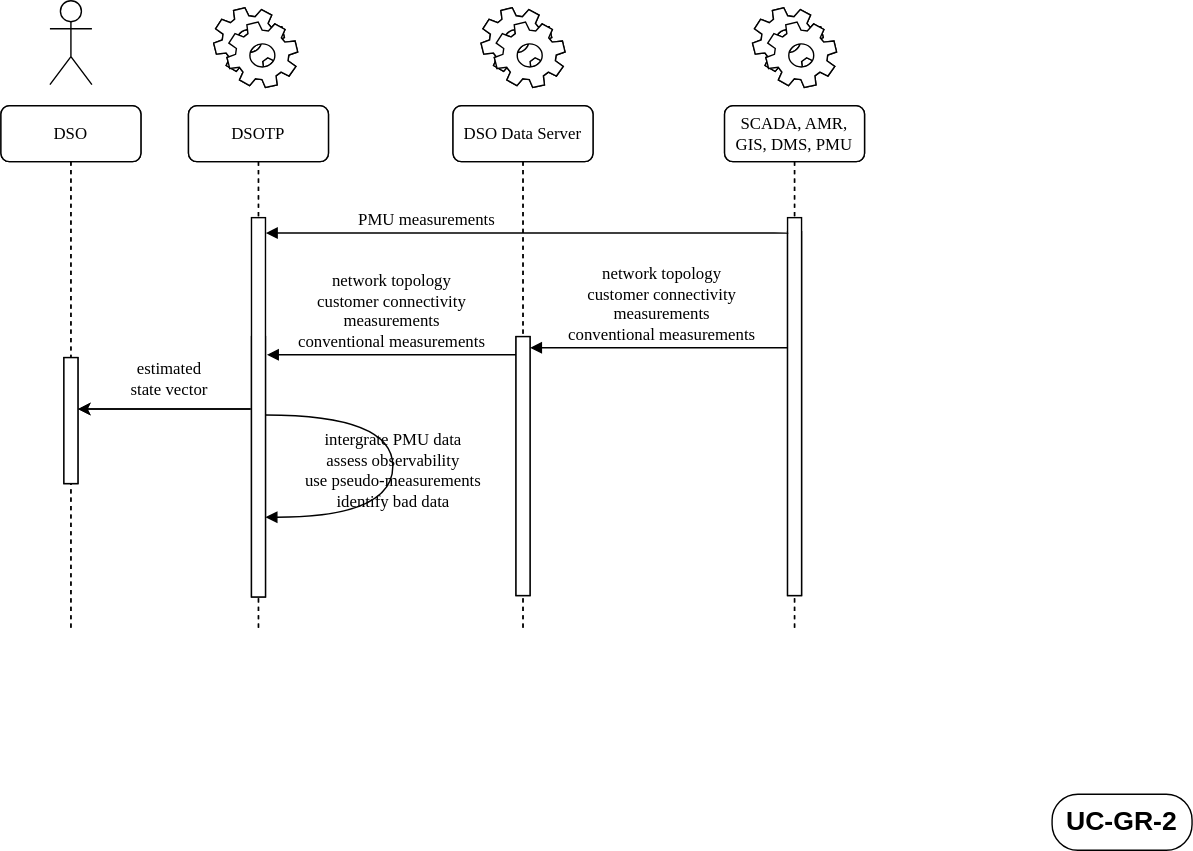
Before: docs/platone/uc-gr-2-pmu-data-integration-into-se-tool/UC_GR_1_2_3_4_Seq_Diag-UC2.svg, a diagram exported from draw.io (smart-grid-use-cases/smart-grid-use-cases.github.io). Source tidied: cells renumbered, new cells last; positions are measured from the earlier drawing's top-left corner, leaving out a move shared by most shapes. Source of this version:
```xml
<mxGraphModel>
  <root>
    <mxCell id="0" />
    <mxCell id="1" parent="0" />
    <mxCell id="2" value="DSO" style="shape=umlLifeline;perimeter=lifelinePerimeter;whiteSpace=wrap;html=1;rounded=1;shadow=0;comic=0;labelBackgroundColor=none;strokeWidth=1;fontFamily=Verdana;fontSize=12;align=center;" parent="1" vertex="1">
      <mxGeometry y="75" width="100" height="375" as="geometry" />
    </mxCell>
    <mxCell id="3" style="html=1;perimeter=orthogonalPerimeter;rounded=0;shadow=0;comic=0;labelBackgroundColor=none;strokeWidth=1;fontFamily=Verdana;fontSize=12;align=center;" parent="2" vertex="1">
      <mxGeometry x="45" y="180" width="10" height="90" as="geometry" />
    </mxCell>
    <mxCell id="4" value=":State Estimation tool" style="shape=umlLifeline;perimeter=lifelinePerimeter;whiteSpace=wrap;html=1;rounded=1;shadow=0;comic=0;labelBackgroundColor=none;strokeWidth=1;fontFamily=Verdana;fontSize=12;align=center;" parent="1" vertex="1">
      <mxGeometry x="134" y="75" width="100" height="375" as="geometry" />
    </mxCell>
    <mxCell id="5" style="html=1;perimeter=orthogonalPerimeter;rounded=0;shadow=0;comic=0;labelBackgroundColor=none;strokeWidth=1;fontFamily=Verdana;fontSize=12;align=center;" parent="4" vertex="1">
      <mxGeometry x="45" y="165" width="10" height="186" as="geometry" />
    </mxCell>
    <mxCell id="6" value=":SCADA, AMR, GIS, DMS" style="shape=umlLifeline;perimeter=lifelinePerimeter;whiteSpace=wrap;html=1;rounded=1;shadow=0;comic=0;labelBackgroundColor=none;strokeWidth=1;fontFamily=Verdana;fontSize=12;align=center;" parent="1" vertex="1">
      <mxGeometry x="517" y="75" width="100" height="375" as="geometry" />
    </mxCell>
    <mxCell id="7" style="html=1;perimeter=orthogonalPerimeter;rounded=0;shadow=0;comic=0;labelBackgroundColor=none;strokeWidth=1;fontFamily=Verdana;fontSize=12;align=center;" parent="6" vertex="1">
      <mxGeometry x="45" y="90" width="10" height="260" as="geometry" />
    </mxCell>
    <mxCell id="8" value="network topology&lt;br&gt;customer connectivity&lt;br&gt;measurements&lt;br&gt;conventional measurements" style="html=1;verticalAlign=bottom;endArrow=block;labelBackgroundColor=none;fontFamily=Verdana;fontSize=12;edgeStyle=elbowEdgeStyle;elbow=vertical;" parent="1" edge="1" source="14">
      <mxGeometry relative="1" as="geometry">
        <mxPoint x="190" y="253" as="targetPoint" />
      </mxGeometry>
    </mxCell>
    <mxCell id="9" style="shape=umlActor;verticalLabelPosition=bottom;labelBackgroundColor=#ffffff;verticalAlign=top;html=1;" parent="1" vertex="1">
      <mxGeometry x="35" width="30" height="60" as="geometry" />
    </mxCell>
    <mxCell id="10" style="shape=mxgraph.bpmn.service_task;html=1;" parent="1" vertex="1">
      <mxGeometry x="152" y="5" width="60" height="57" as="geometry" />
    </mxCell>
    <mxCell id="11" style="shape=mxgraph.bpmn.service_task;html=1;" parent="1" vertex="1">
      <mxGeometry x="537" y="5" width="60" height="57" as="geometry" />
    </mxCell>
    <mxCell id="12" value="estimated &lt;br&gt;state vector" style="endArrow=classic;html=1;exitX=-0.057;exitY=0.535;exitDx=0;exitDy=0;exitPerimeter=0;fontFamily=Verdana;fontSize=12;" parent="1" edge="1">
      <mxGeometry x="-0.05" y="-22" relative="1" as="geometry">
        <mxPoint x="178.4" y="291.8" as="sourcePoint" />
        <mxPoint x="55" y="291.8" as="targetPoint" />
      </mxGeometry>
    </mxCell>
    <mxCell id="13" value=":DSO Data Server" style="shape=umlLifeline;perimeter=lifelinePerimeter;whiteSpace=wrap;html=1;rounded=1;shadow=0;comic=0;labelBackgroundColor=none;strokeWidth=1;fontFamily=Verdana;fontSize=12;align=center;size=40;" parent="1" vertex="1">
      <mxGeometry x="323" y="75" width="100" height="375" as="geometry" />
    </mxCell>
    <mxCell id="14" style="html=1;points=[];perimeter=orthogonalPerimeter;rounded=0;shadow=0;comic=0;labelBackgroundColor=none;strokeWidth=1;fontFamily=Verdana;fontSize=12;align=center;" parent="13" vertex="1">
      <mxGeometry x="45" y="165" width="10" height="185" as="geometry" />
    </mxCell>
    <mxCell id="15" style="shape=mxgraph.bpmn.service_task;html=1;" parent="1" vertex="1">
      <mxGeometry x="343" y="5" width="60" height="57" as="geometry" />
    </mxCell>
    <mxCell id="16" value="DSO" style="shape=umlLifeline;perimeter=lifelinePerimeter;whiteSpace=wrap;html=1;rounded=1;shadow=0;comic=0;labelBackgroundColor=none;strokeWidth=1;fontFamily=Verdana;fontSize=12;align=center;" parent="1" vertex="1">
      <mxGeometry y="75" width="100" height="375" as="geometry" />
    </mxCell>
    <mxCell id="17" style="html=1;perimeter=orthogonalPerimeter;rounded=0;shadow=0;comic=0;labelBackgroundColor=none;strokeWidth=1;fontFamily=Verdana;fontSize=12;align=center;" parent="16" vertex="1">
      <mxGeometry x="45" y="180" width="10" height="90" as="geometry" />
    </mxCell>
    <mxCell id="18" value="DSOTP" style="shape=umlLifeline;perimeter=lifelinePerimeter;whiteSpace=wrap;html=1;rounded=1;shadow=0;comic=0;labelBackgroundColor=none;strokeWidth=1;fontFamily=Verdana;fontSize=12;align=center;" parent="1" vertex="1">
      <mxGeometry x="134" y="75" width="100" height="375" as="geometry" />
    </mxCell>
    <mxCell id="19" style="html=1;perimeter=orthogonalPerimeter;rounded=0;shadow=0;comic=0;labelBackgroundColor=none;strokeWidth=1;fontFamily=Verdana;fontSize=12;align=center;" parent="18" vertex="1">
      <mxGeometry x="45" y="80" width="10" height="271" as="geometry" />
    </mxCell>
    <mxCell id="20" value="SCADA, AMR, GIS, DMS, PMU" style="shape=umlLifeline;perimeter=lifelinePerimeter;whiteSpace=wrap;html=1;rounded=1;shadow=0;comic=0;labelBackgroundColor=none;strokeWidth=1;fontFamily=Verdana;fontSize=12;align=center;" parent="1" vertex="1">
      <mxGeometry x="517" y="75" width="100" height="375" as="geometry" />
    </mxCell>
    <mxCell id="21" style="html=1;points=[];perimeter=orthogonalPerimeter;rounded=0;shadow=0;comic=0;labelBackgroundColor=none;strokeWidth=1;fontFamily=Verdana;fontSize=12;align=center;" parent="20" vertex="1">
      <mxGeometry x="45" y="80" width="10" height="270" as="geometry" />
    </mxCell>
    <mxCell id="22" style="shape=mxgraph.bpmn.service_task;html=1;" parent="1" vertex="1">
      <mxGeometry x="152" y="5" width="60" height="57" as="geometry" />
    </mxCell>
    <mxCell id="23" style="shape=mxgraph.bpmn.service_task;html=1;" parent="1" vertex="1">
      <mxGeometry x="537" y="5" width="60" height="57" as="geometry" />
    </mxCell>
    <mxCell id="24" value="estimated &lt;br&gt;state vector" style="endArrow=classic;html=1;exitX=-0.057;exitY=0.535;exitDx=0;exitDy=0;exitPerimeter=0;fontFamily=Verdana;fontSize=12;" parent="1" edge="1">
      <mxGeometry x="-0.05" y="-22" relative="1" as="geometry">
        <mxPoint x="178.4" y="291.8" as="sourcePoint" />
        <mxPoint x="55" y="291.8" as="targetPoint" />
      </mxGeometry>
    </mxCell>
    <mxCell id="25" value="DSO Data Server" style="shape=umlLifeline;perimeter=lifelinePerimeter;whiteSpace=wrap;html=1;rounded=1;shadow=0;comic=0;labelBackgroundColor=none;strokeWidth=1;fontFamily=Verdana;fontSize=12;align=center;size=40;" parent="1" vertex="1">
      <mxGeometry x="323" y="75" width="100" height="375" as="geometry" />
    </mxCell>
    <mxCell id="26" style="html=1;points=[];perimeter=orthogonalPerimeter;rounded=0;shadow=0;comic=0;labelBackgroundColor=none;strokeWidth=1;fontFamily=Verdana;fontSize=12;align=center;" parent="25" vertex="1">
      <mxGeometry x="45" y="165" width="10" height="185" as="geometry" />
    </mxCell>
    <mxCell id="27" style="shape=mxgraph.bpmn.service_task;html=1;" parent="1" vertex="1">
      <mxGeometry x="343" y="5" width="60" height="57" as="geometry" />
    </mxCell>
    <mxCell id="28" value="network topology&lt;br&gt;customer connectivity&lt;br&gt;measurements&lt;br&gt;conventional measurements" style="html=1;verticalAlign=bottom;endArrow=block;labelBackgroundColor=none;fontFamily=Verdana;fontSize=12;edgeStyle=elbowEdgeStyle;elbow=vertical;" parent="1" edge="1" source="21" target="26">
      <mxGeometry x="-0.01" relative="1" as="geometry">
        <Array as="points">
          <mxPoint x="452" y="248" />
        </Array>
        <mxPoint x="1" as="offset" />
      </mxGeometry>
    </mxCell>
    <mxCell id="29" value="intergrate PMU data&lt;br&gt;assess observability&lt;br&gt;use pseudo-measurements&lt;br&gt;identify bad data" style="html=1;verticalAlign=bottom;endArrow=block;labelBackgroundColor=none;fontFamily=Verdana;fontSize=12;elbow=vertical;edgeStyle=orthogonalEdgeStyle;curved=1;" parent="1" edge="1">
      <mxGeometry x="0.27" relative="1" as="geometry">
        <mxPoint x="189" y="296" as="sourcePoint" />
        <mxPoint x="189" y="369" as="targetPoint" />
        <Array as="points">
          <mxPoint x="280" y="296" />
          <mxPoint x="280" y="369" />
        </Array>
      </mxGeometry>
    </mxCell>
    <mxCell id="30" value="UC-GR-2" style="rounded=1;whiteSpace=wrap;html=1;fontSize=19;arcSize=46;fontStyle=1;" parent="1" vertex="1">
      <mxGeometry x="751" y="567" width="100" height="40" as="geometry" />
    </mxCell>
    <mxCell id="31" value="PMU measurements" style="html=1;verticalAlign=bottom;endArrow=block;labelBackgroundColor=none;fontFamily=Verdana;fontSize=12;edgeStyle=elbowEdgeStyle;elbow=vertical;exitX=0.043;exitY=0.041;exitDx=0;exitDy=0;exitPerimeter=0;" parent="1" edge="1" source="21">
      <mxGeometry x="0.39" relative="1" as="geometry">
        <mxPoint x="189.2" y="166" as="targetPoint" />
        <Array as="points">
          <mxPoint x="459" y="166" />
        </Array>
      </mxGeometry>
    </mxCell>
  </root>
</mxGraphModel>
```
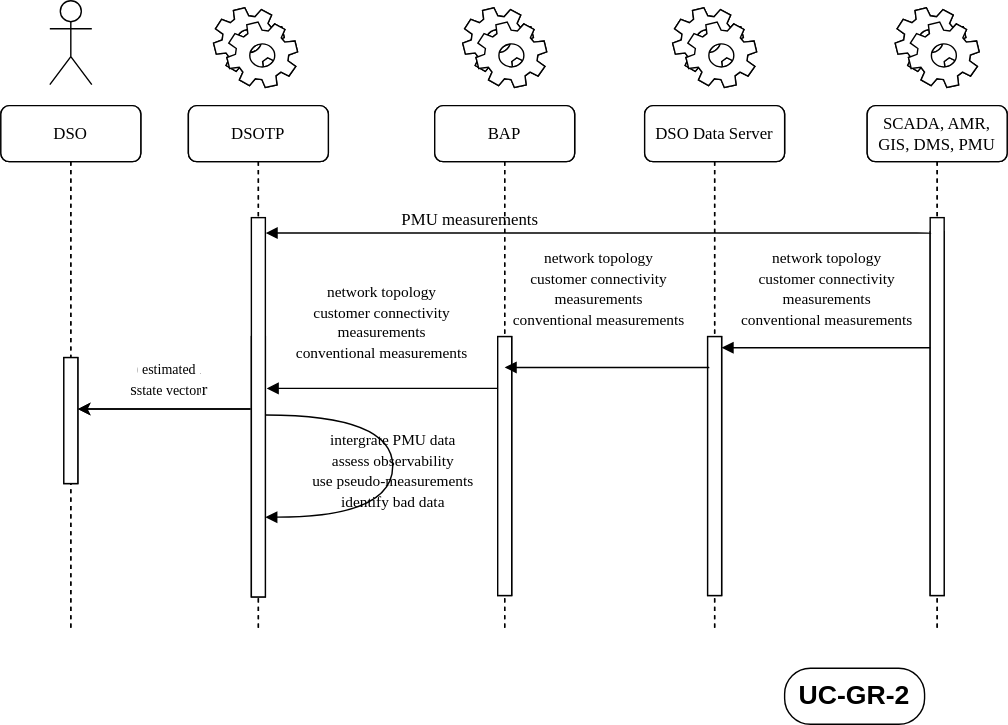
The same file after the commit.

What changed in the source:
```diff
@@ -15,14 +15,17 @@
       <mxGeometry x="45" y="165" width="10" height="186" as="geometry" />
     </mxCell>
     <mxCell id="6" value=":SCADA, AMR, GIS, DMS" style="shape=umlLifeline;perimeter=lifelinePerimeter;whiteSpace=wrap;html=1;rounded=1;shadow=0;comic=0;labelBackgroundColor=none;strokeWidth=1;fontFamily=Verdana;fontSize=12;align=center;" parent="1" vertex="1">
-      <mxGeometry x="517" y="75" width="100" height="375" as="geometry" />
+      <mxGeometry x="619" y="75" width="100" height="375" as="geometry" />
     </mxCell>
     <mxCell id="7" style="html=1;perimeter=orthogonalPerimeter;rounded=0;shadow=0;comic=0;labelBackgroundColor=none;strokeWidth=1;fontFamily=Verdana;fontSize=12;align=center;" parent="6" vertex="1">
       <mxGeometry x="45" y="90" width="10" height="260" as="geometry" />
     </mxCell>
-    <mxCell id="8" value="network topology&lt;br&gt;customer connectivity&lt;br&gt;measurements&lt;br&gt;conventional measurements" style="html=1;verticalAlign=bottom;endArrow=block;labelBackgroundColor=none;fontFamily=Verdana;fontSize=12;edgeStyle=elbowEdgeStyle;elbow=vertical;" parent="1" edge="1" source="14">
-      <mxGeometry relative="1" as="geometry">
-        <mxPoint x="190" y="253" as="targetPoint" />
+    <mxCell id="8" value="&lt;font style=&quot;font-size: 11px&quot;&gt;network topology&lt;br&gt;customer connectivity&lt;br&gt;measurements&lt;br&gt;conventional measurements&lt;/font&gt;" style="html=1;verticalAlign=bottom;endArrow=block;labelBackgroundColor=none;fontFamily=Verdana;fontSize=12;edgeStyle=elbowEdgeStyle;elbow=vertical;" parent="1" edge="1" source="14">
+      <mxGeometry y="-16" relative="1" as="geometry">
+        <mxPoint x="190" y="277" as="targetPoint" />
+        <Array as="points">
+          <mxPoint x="260" y="277" />
+        </Array>
       </mxGeometry>
     </mxCell>
     <mxCell id="9" style="shape=umlActor;verticalLabelPosition=bottom;labelBackgroundColor=#ffffff;verticalAlign=top;html=1;" parent="1" vertex="1">
@@ -32,7 +35,7 @@
       <mxGeometry x="152" y="5" width="60" height="57" as="geometry" />
     </mxCell>
     <mxCell id="11" style="shape=mxgraph.bpmn.service_task;html=1;" parent="1" vertex="1">
-      <mxGeometry x="537" y="5" width="60" height="57" as="geometry" />
+      <mxGeometry x="639" y="5" width="60" height="57" as="geometry" />
     </mxCell>
     <mxCell id="12" value="estimated &lt;br&gt;state vector" style="endArrow=classic;html=1;exitX=-0.057;exitY=0.535;exitDx=0;exitDy=0;exitPerimeter=0;fontFamily=Verdana;fontSize=12;" parent="1" edge="1">
       <mxGeometry x="-0.05" y="-22" relative="1" as="geometry">
@@ -41,13 +44,13 @@
       </mxGeometry>
     </mxCell>
     <mxCell id="13" value=":DSO Data Server" style="shape=umlLifeline;perimeter=lifelinePerimeter;whiteSpace=wrap;html=1;rounded=1;shadow=0;comic=0;labelBackgroundColor=none;strokeWidth=1;fontFamily=Verdana;fontSize=12;align=center;size=40;" parent="1" vertex="1">
-      <mxGeometry x="323" y="75" width="100" height="375" as="geometry" />
+      <mxGeometry x="310" y="75" width="100" height="375" as="geometry" />
     </mxCell>
     <mxCell id="14" style="html=1;points=[];perimeter=orthogonalPerimeter;rounded=0;shadow=0;comic=0;labelBackgroundColor=none;strokeWidth=1;fontFamily=Verdana;fontSize=12;align=center;" parent="13" vertex="1">
       <mxGeometry x="45" y="165" width="10" height="185" as="geometry" />
     </mxCell>
     <mxCell id="15" style="shape=mxgraph.bpmn.service_task;html=1;" parent="1" vertex="1">
-      <mxGeometry x="343" y="5" width="60" height="57" as="geometry" />
+      <mxGeometry x="330" y="5" width="60" height="57" as="geometry" />
     </mxCell>
     <mxCell id="16" value="DSO" style="shape=umlLifeline;perimeter=lifelinePerimeter;whiteSpace=wrap;html=1;rounded=1;shadow=0;comic=0;labelBackgroundColor=none;strokeWidth=1;fontFamily=Verdana;fontSize=12;align=center;" parent="1" vertex="1">
       <mxGeometry y="75" width="100" height="375" as="geometry" />
@@ -62,7 +65,7 @@
       <mxGeometry x="45" y="80" width="10" height="271" as="geometry" />
     </mxCell>
     <mxCell id="20" value="SCADA, AMR, GIS, DMS, PMU" style="shape=umlLifeline;perimeter=lifelinePerimeter;whiteSpace=wrap;html=1;rounded=1;shadow=0;comic=0;labelBackgroundColor=none;strokeWidth=1;fontFamily=Verdana;fontSize=12;align=center;" parent="1" vertex="1">
-      <mxGeometry x="517" y="75" width="100" height="375" as="geometry" />
+      <mxGeometry x="619" y="75" width="100" height="375" as="geometry" />
     </mxCell>
     <mxCell id="21" style="html=1;points=[];perimeter=orthogonalPerimeter;rounded=0;shadow=0;comic=0;labelBackgroundColor=none;strokeWidth=1;fontFamily=Verdana;fontSize=12;align=center;" parent="20" vertex="1">
       <mxGeometry x="45" y="80" width="10" height="270" as="geometry" />
@@ -71,32 +74,32 @@
       <mxGeometry x="152" y="5" width="60" height="57" as="geometry" />
     </mxCell>
     <mxCell id="23" style="shape=mxgraph.bpmn.service_task;html=1;" parent="1" vertex="1">
-      <mxGeometry x="537" y="5" width="60" height="57" as="geometry" />
+      <mxGeometry x="639" y="5" width="60" height="57" as="geometry" />
     </mxCell>
-    <mxCell id="24" value="estimated &lt;br&gt;state vector" style="endArrow=classic;html=1;exitX=-0.057;exitY=0.535;exitDx=0;exitDy=0;exitPerimeter=0;fontFamily=Verdana;fontSize=12;" parent="1" edge="1">
+    <mxCell id="24" value="&lt;font style=&quot;font-size: 10px&quot;&gt;estimated &lt;br&gt;state vector&lt;/font&gt;" style="endArrow=classic;html=1;exitX=-0.057;exitY=0.535;exitDx=0;exitDy=0;exitPerimeter=0;fontFamily=Verdana;fontSize=12;" parent="1" edge="1">
       <mxGeometry x="-0.05" y="-22" relative="1" as="geometry">
         <mxPoint x="178.4" y="291.8" as="sourcePoint" />
         <mxPoint x="55" y="291.8" as="targetPoint" />
       </mxGeometry>
     </mxCell>
-    <mxCell id="25" value="DSO Data Server" style="shape=umlLifeline;perimeter=lifelinePerimeter;whiteSpace=wrap;html=1;rounded=1;shadow=0;comic=0;labelBackgroundColor=none;strokeWidth=1;fontFamily=Verdana;fontSize=12;align=center;size=40;" parent="1" vertex="1">
-      <mxGeometry x="323" y="75" width="100" height="375" as="geometry" />
+    <mxCell id="25" value="BAP" style="shape=umlLifeline;perimeter=lifelinePerimeter;whiteSpace=wrap;html=1;rounded=1;shadow=0;comic=0;labelBackgroundColor=none;strokeWidth=1;fontFamily=Verdana;fontSize=12;align=center;size=40;" parent="1" vertex="1">
+      <mxGeometry x="310" y="75" width="100" height="375" as="geometry" />
     </mxCell>
     <mxCell id="26" style="html=1;points=[];perimeter=orthogonalPerimeter;rounded=0;shadow=0;comic=0;labelBackgroundColor=none;strokeWidth=1;fontFamily=Verdana;fontSize=12;align=center;" parent="25" vertex="1">
       <mxGeometry x="45" y="165" width="10" height="185" as="geometry" />
     </mxCell>
     <mxCell id="27" style="shape=mxgraph.bpmn.service_task;html=1;" parent="1" vertex="1">
-      <mxGeometry x="343" y="5" width="60" height="57" as="geometry" />
+      <mxGeometry x="330" y="5" width="60" height="57" as="geometry" />
     </mxCell>
-    <mxCell id="28" value="network topology&lt;br&gt;customer connectivity&lt;br&gt;measurements&lt;br&gt;conventional measurements" style="html=1;verticalAlign=bottom;endArrow=block;labelBackgroundColor=none;fontFamily=Verdana;fontSize=12;edgeStyle=elbowEdgeStyle;elbow=vertical;" parent="1" edge="1" source="21" target="26">
-      <mxGeometry x="-0.01" relative="1" as="geometry">
+    <mxCell id="28" value="&lt;font style=&quot;font-size: 11px&quot;&gt;network topology&lt;br&gt;customer connectivity&lt;br&gt;measurements&lt;br&gt;conventional measurements&lt;/font&gt;" style="html=1;verticalAlign=bottom;endArrow=block;labelBackgroundColor=none;fontFamily=Verdana;fontSize=12;edgeStyle=elbowEdgeStyle;elbow=vertical;entryX=1;entryY=0.043;entryDx=0;entryDy=0;entryPerimeter=0;" parent="1" edge="1" source="21" target="36">
+      <mxGeometry x="1" y="-76" relative="1" as="geometry">
         <Array as="points">
-          <mxPoint x="452" y="248" />
+          <mxPoint x="554" y="248" />
         </Array>
-        <mxPoint x="1" as="offset" />
+        <mxPoint x="-1" y="-11" as="offset" />
       </mxGeometry>
     </mxCell>
-    <mxCell id="29" value="intergrate PMU data&lt;br&gt;assess observability&lt;br&gt;use pseudo-measurements&lt;br&gt;identify bad data" style="html=1;verticalAlign=bottom;endArrow=block;labelBackgroundColor=none;fontFamily=Verdana;fontSize=12;elbow=vertical;edgeStyle=orthogonalEdgeStyle;curved=1;" parent="1" edge="1">
+    <mxCell id="29" value="&lt;font style=&quot;font-size: 11px&quot;&gt;intergrate PMU data&lt;br&gt;assess observability&lt;br&gt;use pseudo-measurements&lt;br&gt;identify bad data&lt;/font&gt;" style="html=1;verticalAlign=bottom;endArrow=block;labelBackgroundColor=none;fontFamily=Verdana;fontSize=12;elbow=vertical;edgeStyle=orthogonalEdgeStyle;curved=1;" parent="1" edge="1">
       <mxGeometry x="0.27" relative="1" as="geometry">
         <mxPoint x="189" y="296" as="sourcePoint" />
         <mxPoint x="189" y="369" as="targetPoint" />
@@ -107,7 +110,7 @@
       </mxGeometry>
     </mxCell>
     <mxCell id="30" value="UC-GR-2" style="rounded=1;whiteSpace=wrap;html=1;fontSize=19;arcSize=46;fontStyle=1;" parent="1" vertex="1">
-      <mxGeometry x="751" y="567" width="100" height="40" as="geometry" />
+      <mxGeometry x="560" y="477" width="100" height="40" as="geometry" />
     </mxCell>
     <mxCell id="31" value="PMU measurements" style="html=1;verticalAlign=bottom;endArrow=block;labelBackgroundColor=none;fontFamily=Verdana;fontSize=12;edgeStyle=elbowEdgeStyle;elbow=vertical;exitX=0.043;exitY=0.041;exitDx=0;exitDy=0;exitPerimeter=0;" parent="1" edge="1" source="21">
       <mxGeometry x="0.39" relative="1" as="geometry">
@@ -117,5 +120,30 @@
         </Array>
       </mxGeometry>
     </mxCell>
+    <mxCell id="32" value=":DSO Data Server" style="shape=umlLifeline;perimeter=lifelinePerimeter;whiteSpace=wrap;html=1;rounded=1;shadow=0;comic=0;labelBackgroundColor=none;strokeWidth=1;fontFamily=Verdana;fontSize=12;align=center;size=40;" parent="1" vertex="1">
+      <mxGeometry x="460" y="75" width="100" height="375" as="geometry" />
+    </mxCell>
+    <mxCell id="33" style="html=1;perimeter=orthogonalPerimeter;rounded=0;shadow=0;comic=0;labelBackgroundColor=none;strokeWidth=1;fontFamily=Verdana;fontSize=12;align=center;" parent="32" vertex="1">
+      <mxGeometry x="45" y="165" width="10" height="185" as="geometry" />
+    </mxCell>
+    <mxCell id="34" style="shape=mxgraph.bpmn.service_task;html=1;" parent="1" vertex="1">
+      <mxGeometry x="480" y="5" width="60" height="57" as="geometry" />
+    </mxCell>
+    <mxCell id="35" value="DSO Data Server" style="shape=umlLifeline;perimeter=lifelinePerimeter;whiteSpace=wrap;html=1;rounded=1;shadow=0;comic=0;labelBackgroundColor=none;strokeWidth=1;fontFamily=Verdana;fontSize=12;align=center;size=40;" parent="1" vertex="1">
+      <mxGeometry x="460" y="75" width="100" height="375" as="geometry" />
+    </mxCell>
+    <mxCell id="36" style="html=1;points=[];perimeter=orthogonalPerimeter;rounded=0;shadow=0;comic=0;labelBackgroundColor=none;strokeWidth=1;fontFamily=Verdana;fontSize=12;align=center;" parent="35" vertex="1">
+      <mxGeometry x="45" y="165" width="10" height="185" as="geometry" />
+    </mxCell>
+    <mxCell id="37" style="shape=mxgraph.bpmn.service_task;html=1;" parent="1" vertex="1">
+      <mxGeometry x="480" y="5" width="60" height="57" as="geometry" />
+    </mxCell>
+    <mxCell id="38" value="&lt;font style=&quot;font-size: 11px&quot;&gt;network topology&lt;br&gt;customer connectivity&lt;br&gt;measurements&lt;br&gt;conventional measurements&lt;/font&gt;" style="html=1;verticalAlign=bottom;endArrow=block;labelBackgroundColor=none;fontFamily=Verdana;fontSize=12;edgeStyle=elbowEdgeStyle;elbow=vertical;entryX=0.5;entryY=0.119;entryDx=0;entryDy=0;entryPerimeter=0;exitX=0.1;exitY=0.119;exitDx=0;exitDy=0;exitPerimeter=0;" parent="1" edge="1" source="36" target="26">
+      <mxGeometry x="0.08" y="-25" relative="1" as="geometry">
+        <Array as="points">
+          <mxPoint x="409" y="262" />
+        </Array>
+      </mxGeometry>
+    </mxCell>
   </root>
 </mxGraphModel>
```
